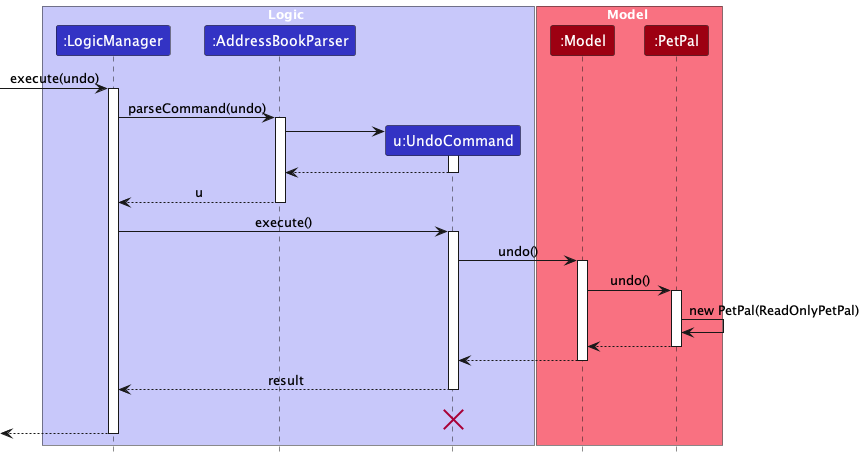
This is docs/images/diagrams/UndoSequenceDiagram.png from nus-cs2103-AY2223S2/tp, a PlantUML export, as it was before one commit. Source of this version:
```plantuml
@startuml
!include style.puml

box Logic LOGIC_COLOR_T1
participant ":LogicManager" as LogicManager LOGIC_COLOR
participant ":AddressBookParser" as AddressBookParser LOGIC_COLOR
participant "u:UndoCommand" as UndoCommand LOGIC_COLOR
end box

box Model MODEL_COLOR_T1
participant ":Model" as Model MODEL_COLOR
participant ":PetPal" as PetPal MODEL_COLOR
end box
[-> LogicManager : execute(undo)
activate LogicManager

LogicManager -> AddressBookParser : parseCommand(undo)
activate AddressBookParser

create UndoCommand
AddressBookParser -> UndoCommand
activate UndoCommand

UndoCommand --> AddressBookParser
deactivate UndoCommand

AddressBookParser --> LogicManager : u
deactivate AddressBookParser

LogicManager -> UndoCommand : execute()
activate UndoCommand

UndoCommand -> Model : undo()
activate Model

Model -> PetPal : undo()
activate PetPal

PetPal -> PetPal :new PetPal(ReadOnlyPetPal)
PetPal --> Model :
deactivate PetPal

Model --> UndoCommand
deactivate Model

UndoCommand --> LogicManager : result
deactivate UndoCommand
UndoCommand -[hidden]-> LogicManager : result
destroy UndoCommand

[<--LogicManager
deactivate LogicManager
@enduml
```
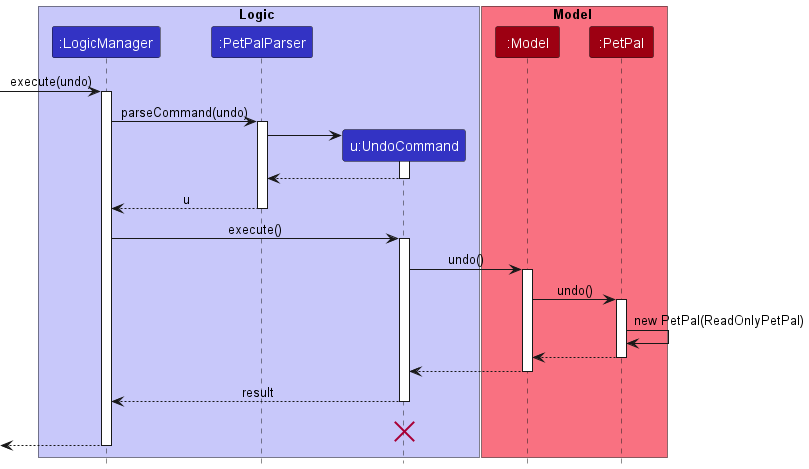
The same diagram one commit later.

Diff of the diagram source:
```diff
@@ -3,7 +3,7 @@
 
 box Logic LOGIC_COLOR_T1
 participant ":LogicManager" as LogicManager LOGIC_COLOR
-participant ":AddressBookParser" as AddressBookParser LOGIC_COLOR
+participant ":PetPalParser" as PetPalParser LOGIC_COLOR
 participant "u:UndoCommand" as UndoCommand LOGIC_COLOR
 end box
 
@@ -14,18 +14,18 @@
 [-> LogicManager : execute(undo)
 activate LogicManager
 
-LogicManager -> AddressBookParser : parseCommand(undo)
-activate AddressBookParser
+LogicManager -> PetPalParser : parseCommand(undo)
+activate PetPalParser
 
 create UndoCommand
-AddressBookParser -> UndoCommand
+PetPalParser -> UndoCommand
 activate UndoCommand
 
-UndoCommand --> AddressBookParser
+UndoCommand -->PetPalParser
 deactivate UndoCommand
 
-AddressBookParser --> LogicManager : u
-deactivate AddressBookParser
+PetPalParser --> LogicManager : u
+deactivate PetPalParser
 
 LogicManager -> UndoCommand : execute()
 activate UndoCommand
```
